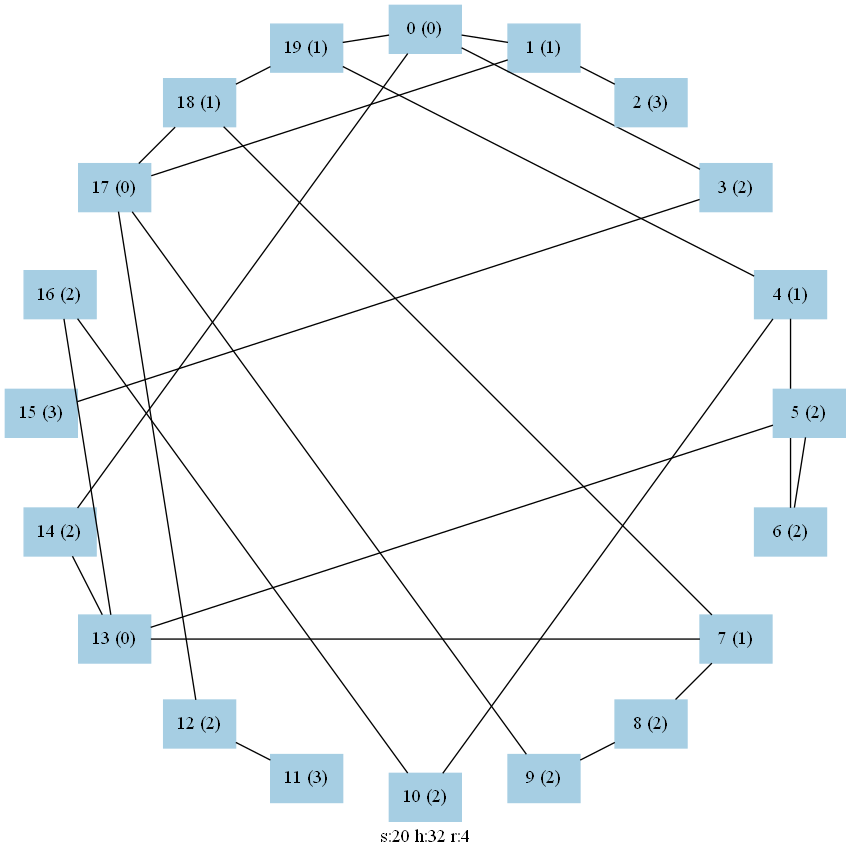
This is graph3.png from kohinigeee/kenkyuu, a Graphviz export, as it was before one commit. Its source is kept beside it as graph3.dot.
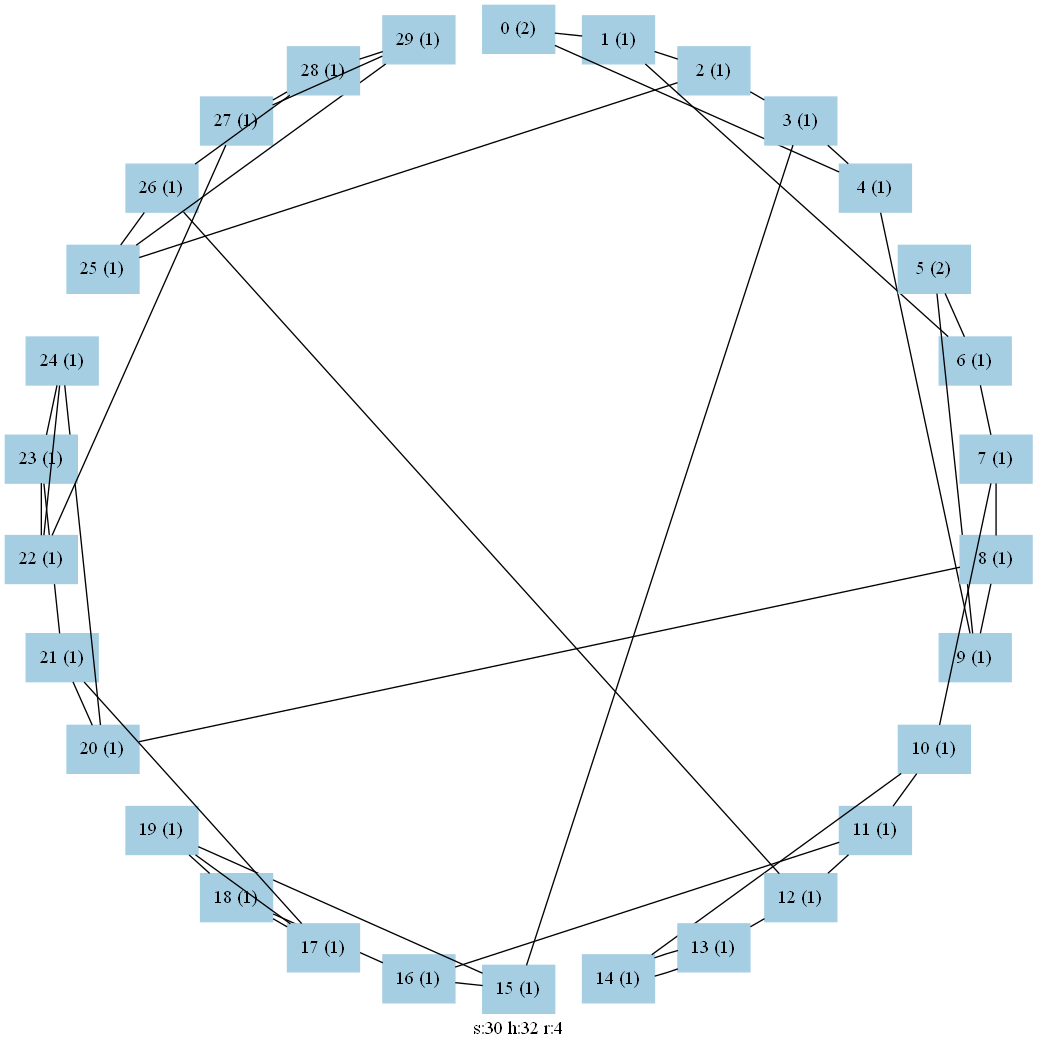
After the commit.

What changed in the source:
```diff
@@ -2,7 +2,7 @@
 	graph [
 		charset="utf-8",
 		layout=neato,
-		label="s:20 h:32 r:4"	];
+		label="s:30 h:32 r:4"	];
 	node [
 		shape=box;
 		style="solid, filled"
@@ -15,109 +15,169 @@
 		fontsize=14
 	]
 	0[
-		pos="5.00000, 9.00000!",
-		label="0 (0)"
+		pos="5.00000, 10.00000!",
+		label="0 (2)"
 	]
 	1[
-		pos="6.23607, 8.80423!",
+		pos="6.03956, 9.89074!",
 		label="1 (1)"
 	]
 	2[
-		pos="7.35114, 8.23607!",
-		label="2 (3)"
+		pos="7.03368, 9.56773!",
+		label="2 (1)"
 	]
 	3[
-		pos="8.23607, 7.35114!",
-		label="3 (2)"
+		pos="7.93893, 9.04508!",
+		label="3 (1)"
 	]
 	4[
-		pos="8.80423, 6.23607!",
+		pos="8.71572, 8.34565!",
 		label="4 (1)"
 	]
 	5[
-		pos="9.00000, 5.00000!",
+		pos="9.33013, 7.50000!",
 		label="5 (2)"
 	]
 	6[
-		pos="8.80423, 3.76393!",
-		label="6 (2)"
+		pos="9.75528, 6.54508!",
+		label="6 (1)"
 	]
 	7[
-		pos="8.23607, 2.64886!",
+		pos="9.97261, 5.52264!",
 		label="7 (1)"
 	]
 	8[
-		pos="7.35114, 1.76393!",
-		label="8 (2)"
+		pos="9.97261, 4.47736!",
+		label="8 (1)"
 	]
 	9[
-		pos="6.23607, 1.19577!",
-		label="9 (2)"
+		pos="9.75528, 3.45492!",
+		label="9 (1)"
 	]
 	10[
-		pos="5.00000, 1.00000!",
-		label="10 (2)"
+		pos="9.33013, 2.50000!",
+		label="10 (1)"
 	]
 	11[
-		pos="3.76393, 1.19577!",
-		label="11 (3)"
+		pos="8.71572, 1.65435!",
+		label="11 (1)"
 	]
 	12[
-		pos="2.64886, 1.76393!",
-		label="12 (2)"
+		pos="7.93893, 0.95492!",
+		label="12 (1)"
 	]
 	13[
-		pos="1.76393, 2.64886!",
-		label="13 (0)"
+		pos="7.03368, 0.43227!",
+		label="13 (1)"
 	]
 	14[
-		pos="1.19577, 3.76393!",
-		label="14 (2)"
+		pos="6.03956, 0.10926!",
+		label="14 (1)"
 	]
 	15[
-		pos="1.00000, 5.00000!",
-		label="15 (3)"
+		pos="5.00000, 0.00000!",
+		label="15 (1)"
 	]
 	16[
-		pos="1.19577, 6.23607!",
-		label="16 (2)"
+		pos="3.96044, 0.10926!",
+		label="16 (1)"
 	]
 	17[
-		pos="1.76393, 7.35114!",
-		label="17 (0)"
+		pos="2.96632, 0.43227!",
+		label="17 (1)"
 	]
 	18[
-		pos="2.64886, 8.23607!",
+		pos="2.06107, 0.95492!",
 		label="18 (1)"
 	]
 	19[
-		pos="3.76393, 8.80423!",
+		pos="1.28428, 1.65435!",
 		label="19 (1)"
+	]
+	20[
+		pos="0.66987, 2.50000!",
+		label="20 (1)"
+	]
+	21[
+		pos="0.24472, 3.45492!",
+		label="21 (1)"
+	]
+	22[
+		pos="0.02739, 4.47736!",
+		label="22 (1)"
+	]
+	23[
+		pos="0.02739, 5.52264!",
+		label="23 (1)"
+	]
+	24[
+		pos="0.24472, 6.54508!",
+		label="24 (1)"
+	]
+	25[
+		pos="0.66987, 7.50000!",
+		label="25 (1)"
+	]
+	26[
+		pos="1.28428, 8.34565!",
+		label="26 (1)"
+	]
+	27[
+		pos="2.06107, 9.04508!",
+		label="27 (1)"
+	]
+	28[
+		pos="2.96632, 9.56773!",
+		label="28 (1)"
+	]
+	29[
+		pos="3.96044, 9.89074!",
+		label="29 (1)"
 	]
 	}
 
+	0--4
 	0--1
-	0--14
-	0--19
-	0--3
-	1--17
 	1--2
+	1--6
+	2--3
+	2--25
+	3--4
 	3--15
-	4--6
-	4--10
-	4--19
-	5--13
+	4--9
+	5--9
 	5--6
-	7--13
+	6--7
 	7--8
-	7--18
+	7--10
 	8--9
-	9--17
-	10--16
+	8--20
+	10--14
+	10--11
 	11--12
-	12--17
-	13--16
+	11--16
+	12--13
+	12--26
 	13--14
+	13--14
+	15--19
+	15--16
+	16--18
+	17--19
 	17--18
+	17--21
 	18--19
+	20--24
+	20--21
+	21--23
+	22--24
+	22--23
+	22--27
+	23--24
+	25--26
+	25--29
+	26--28
+	27--28
+	27--29
+	28--29
 }
```
